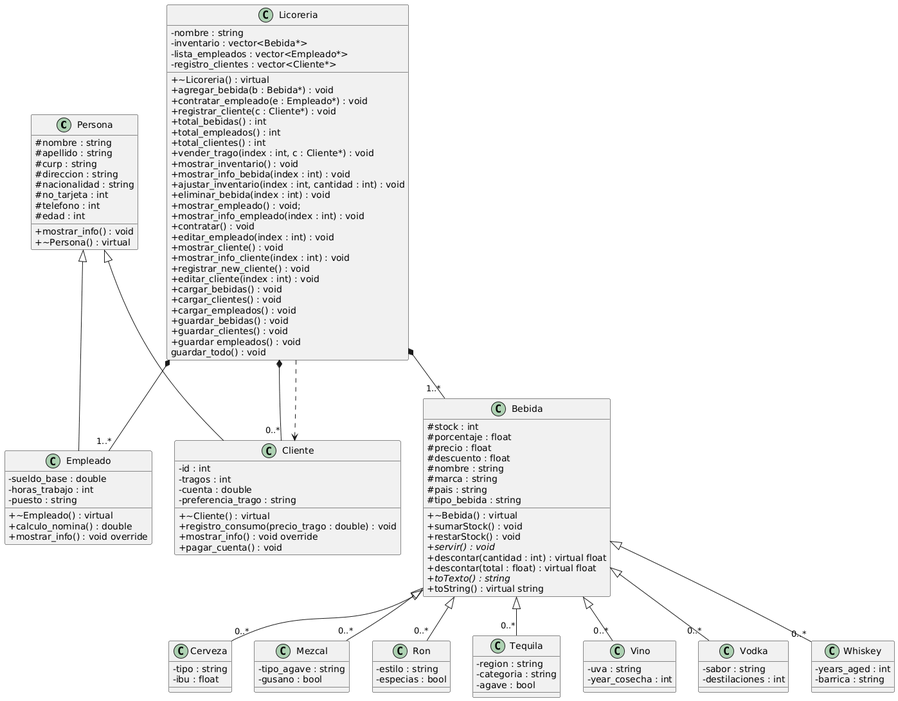
Above: Diagrama_UML.png in Marcoflesh/TC1030_Proyecto_Taberna (PlantUML), before the change.
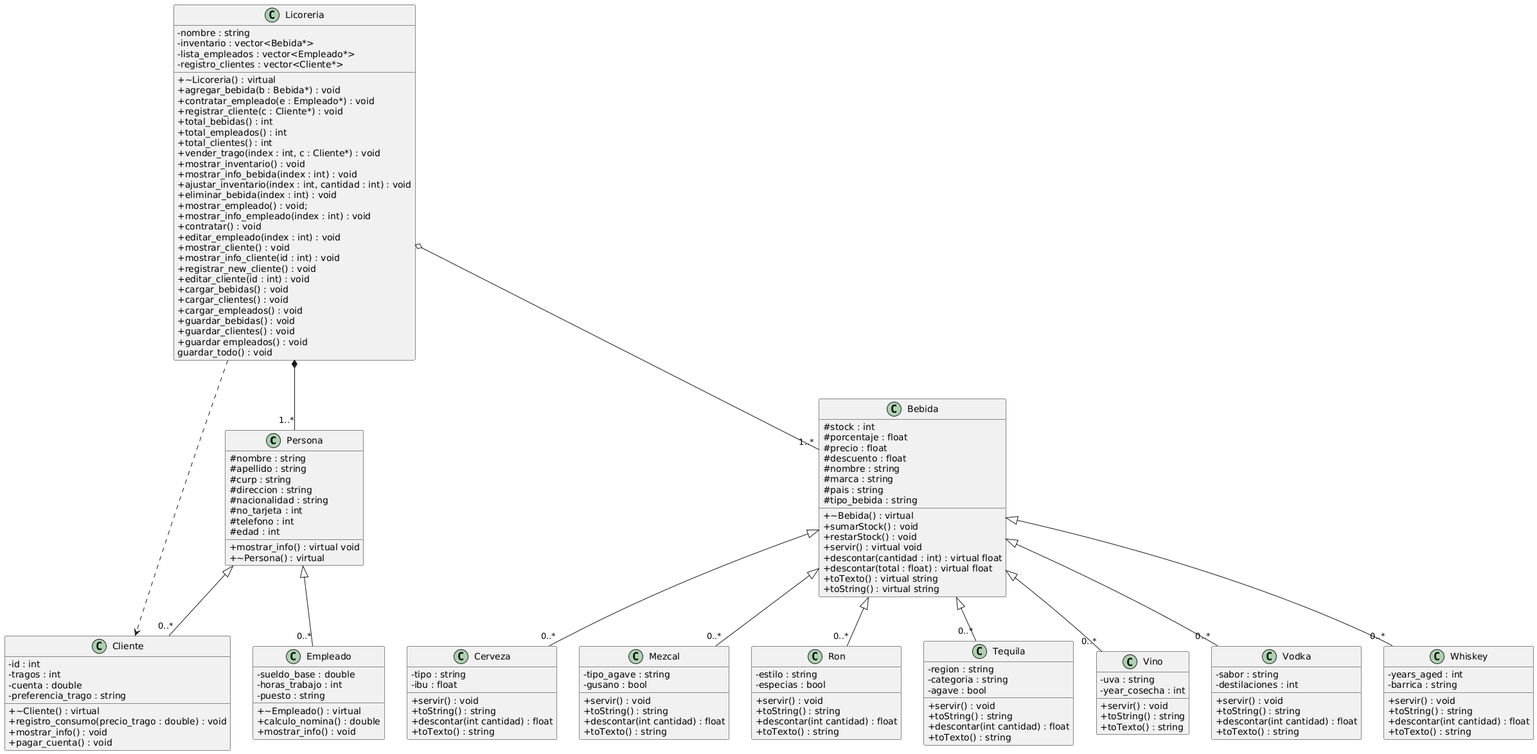
After the change.

Commit message:
Ajustar diagrama a los métodos de las clases

Se ajustaron los métodos de las clases para que queden acorde a lo que se encuentra en las clases. Igualmente se corrigieron los parámetros de otros métodos y se cambió lo que pasa con Bebida y Licoreria a Agregación, mientras que Persona sigue como composición.

Diff of the diagram source:
```diff
@@ -10,7 +10,7 @@
   # no_tarjeta : int
   # telefono : int
   # edad : int
-  + mostrar_info() : void
+  + mostrar_info() : virtual void
   + ~Persona() : virtual
 }
 
@@ -22,7 +22,7 @@
 
   + ~Cliente() : virtual
   + registro_consumo(precio_trago : double) : void
-  + mostrar_info() : void override
+  + mostrar_info() : void
   + pagar_cuenta() : void
 }
 
@@ -33,11 +33,11 @@
 
   + ~Empleado() : virtual
   + calculo_nomina() : double
-  + mostrar_info() : void override
+  + mostrar_info() : void
 }
 
-Persona <|-- Cliente
-Persona <|-- Empleado
+Persona <|-- "0..*"  Cliente
+Persona <|-- "0..*" Empleado
 
 class Bebida {
   # stock : int
@@ -52,41 +52,68 @@
   + ~Bebida() : virtual
   + sumarStock() : void
   + restarStock() : void
-  + servir() : void {abstract}
+  + servir() : virtual void
   + descontar(cantidad : int) : virtual float
   + descontar(total : float) : virtual float
-  + toTexto() : string {abstract}
+  + toTexto() : virtual string
   + toString() : virtual string
 }
 
 class Cerveza {
 - tipo : string
 - ibu : float
++ servir() : void
++ toString() : string
++ descontar(int cantidad) : float
++ toTexto() : string
 }
 class Mezcal {
 - tipo_agave : string
 - gusano : bool
++ servir() : void
++ toString() : string
++ descontar(int cantidad) : float
++ toTexto() : string
 }
 class Ron {
 - estilo : string
 - especias : bool
++ servir() : void
++ toString() : string
++ descontar(int cantidad) : float
++ toTexto() : string
 }
 class Tequila {
 - region : string
 - categoria : string
 - agave : bool
++ servir() : void
++ toString() : string
++ descontar(int cantidad) : float
++ toTexto() : string
 }
 class Vino {
 - uva : string
 - year_cosecha : int
++ servir() : void
++ toString() : string
++ toTexto() : string
 }
 class Vodka {
 - sabor : string
 - destilaciones : int
++ servir() : void
++ toString() : string
++ descontar(int cantidad) : float
++ toTexto() : string
 }
 class Whiskey {
 - years_aged : int
 - barrica : string
++ servir() : void
++ toString() : string
++ descontar(int cantidad) : float
++ toTexto() : string
 }
 
 Bebida <|-- "0..*" Cerveza
@@ -120,9 +147,9 @@
   + contratar() : void
   + editar_empleado(index : int) : void
   + mostrar_cliente() : void
-  + mostrar_info_cliente(index : int) : void
+  + mostrar_info_cliente(id : int) : void
   + registrar_new_cliente() : void
-  + editar_cliente(index : int) : void
+  + editar_cliente(id : int) : void
   + cargar_bebidas() : void
   + cargar_clientes() : void
   + cargar_empleados() : void
@@ -132,9 +159,8 @@
   guardar_todo() : void
 }
 
-Licoreria *-- "1..*" Bebida
-Licoreria *-- "1..*" Empleado
-Licoreria *-- "0..*" Cliente
+Licoreria o-- "1..*" Bebida
+Licoreria *-- "1..*" Persona
 
 Licoreria ..> Cliente
 @enduml
```
